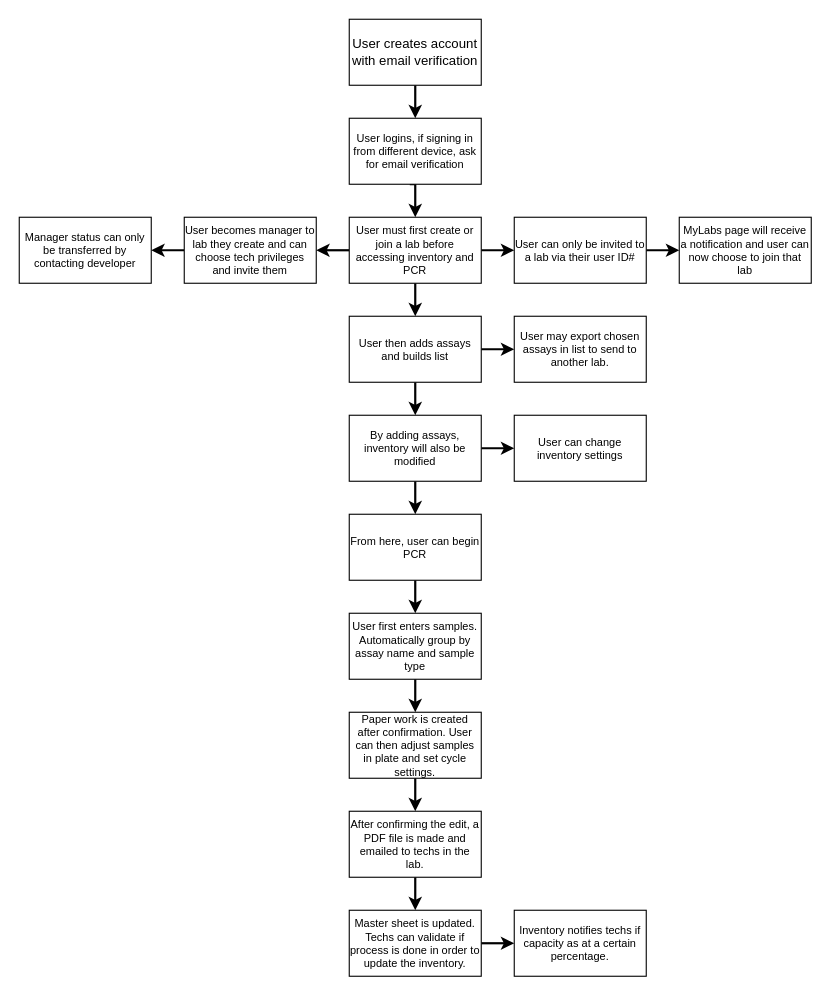
Above: page "Work Flow" (2 of 3) of Untitled Diagram.drawio in FusRaDa/pcr-paperwork-website-draw (draw.io), before the change. Source tidied: cells renumbered, new cells numbered last; positions are measured from the earlier drawing's top-left corner, leaving out a move shared by most shapes. Both pictures are drawn from the tidied source at 110%, with x=0, y=0 at pixel (19, 19).
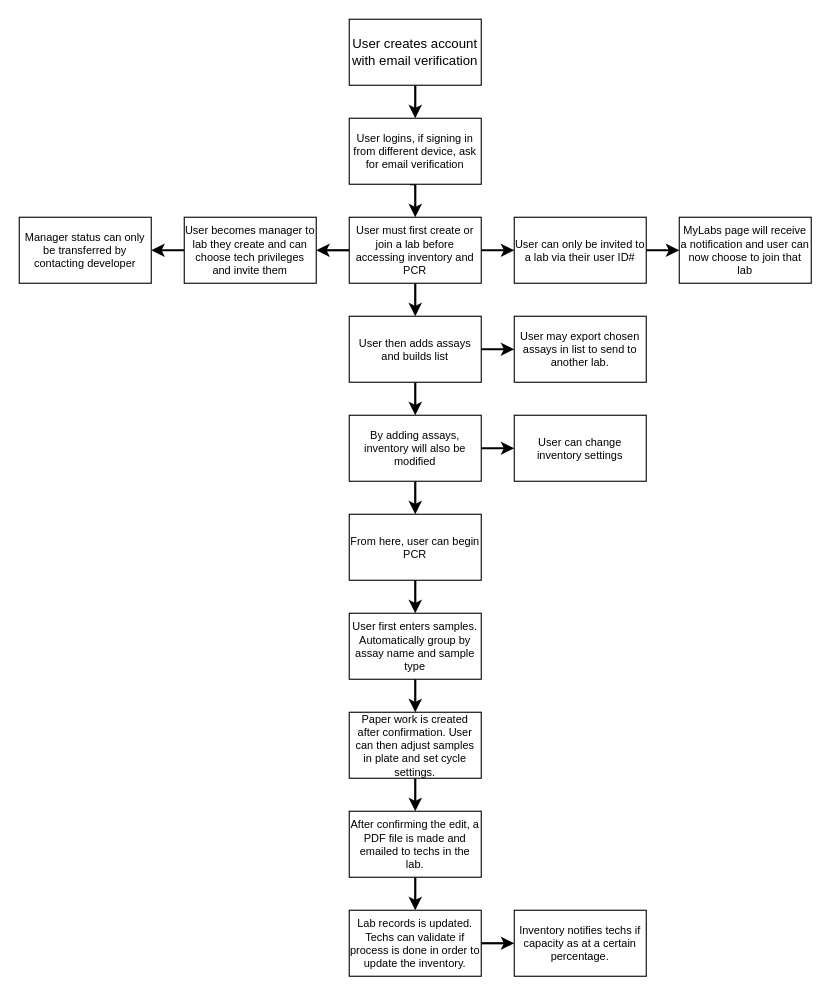
The same diagram, later.

The edit, as a diff of the source:
```diff
@@
-    <mxCell id="33" value="Master sheet is updated. Techs can validate if process is done in order to update the inventory." style="rounded=0;whiteSpace=wrap;html=1;fillColor=#FFFFFF;fontSize=10;" parent="1" vertex="1">
+    <mxCell id="33" value="Lab records is updated. Techs can validate if process is done in order to update the inventory." style="rounded=0;whiteSpace=wrap;html=1;fillColor=#FFFFFF;fontSize=10;" parent="1" vertex="1">
       <mxGeometry x="300" y="810" width="120" height="60" as="geometry" />
     </mxCell>
```
